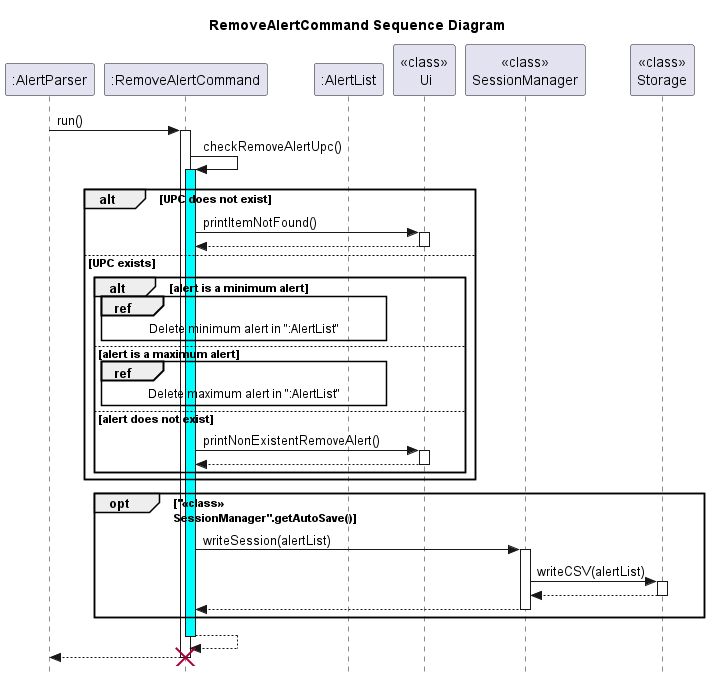
This is docs/UML/Alert/RemoveAlertCommand.png from nus-cs2113-AY2223S2/tp, a PlantUML export, as it was before one commit.
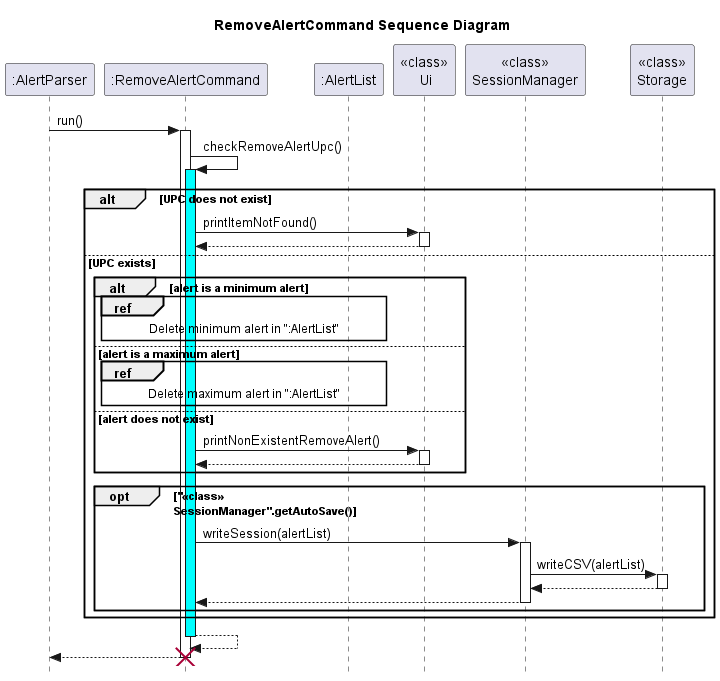
Later version of the same file.

Commit message:
Update RemoveAlert uml 'coz opt block was misplaced :(

Diff of the diagram source:
```diff
@@ -31,8 +31,6 @@
         "<<class>>\n Ui" -->":RemoveAlertCommand":
         deactivate "<<class>>\n Ui"
     end
-end
-
      opt "<<class>>\nSessionManager".getAutoSave()
         ":RemoveAlertCommand" ->"<<class>>\nSessionManager":writeSession(alertList)
         activate "<<class>>\nSessionManager"
@@ -42,7 +40,10 @@
         deactivate "<<class>>\nStorage"
         "<<class>>\nSessionManager" -->":RemoveAlertCommand":
         deactivate "<<class>>\nSessionManager"
-        end
+     end
+end
+
+
 return
 ":RemoveAlertCommand" --> ":AlertParser"
 destroy ":RemoveAlertCommand"
```
